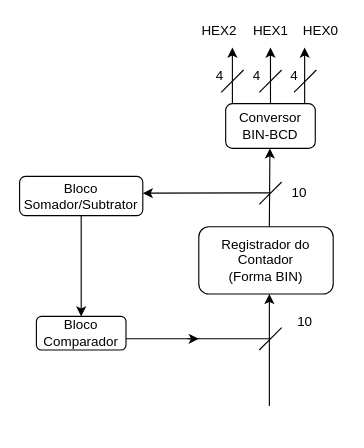
This is Diagrama sem nome.drawio from GiveMeAnAccountAlreadyDammit/Lista-de-Exerc-cios-Ponteiros-C-, a draw.io file, before an edit. Source tidied: cells renumbered, new cells numbered last; positions are measured from the earlier drawing's top-left corner, leaving out a move shared by most shapes. Both pictures are drawn from the tidied source at 112%, with x=0, y=0 at pixel (19, 19).
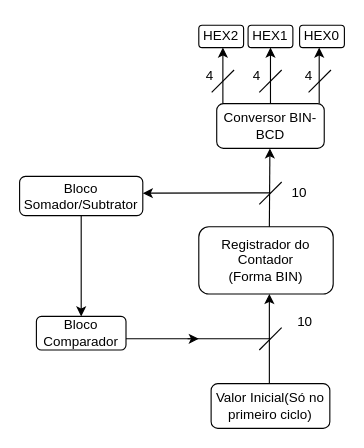
The same diagram, later.

Change to the diagram source:
```diff
@@
     <mxCell id="4" style="endArrow=classic;html=1;rounded=0;" parent="1" edge="1">
       <mxGeometry relative="1" as="geometry">
-        <mxPoint x="223" y="345" as="sourcePoint" />
+        <mxPoint x="223" y="325" as="sourcePoint" />
         <mxPoint x="223" y="245" as="targetPoint" />
       </mxGeometry>
     </mxCell>
@@
     <mxCell id="7" value="Conversor BIN-BCD" style="rounded=1;whiteSpace=wrap;html=1;" parent="1" vertex="1">
-      <mxGeometry x="184" y="75" width="80" height="40" as="geometry" />
+      <mxGeometry x="176" y="75" width="96" height="40" as="geometry" />
     </mxCell>
@@
     <mxCell id="9" style="endArrow=classic;html=1;rounded=0;" parent="1" edge="1">
       <mxGeometry relative="1" as="geometry">
-        <mxPoint x="254.5" y="75" as="sourcePoint" />
-        <mxPoint x="254.5" y="25" as="targetPoint" />
+        <mxPoint x="267.5" y="75" as="sourcePoint" />
+        <mxPoint x="267.5" y="25" as="targetPoint" />
       </mxGeometry>
     </mxCell>
     <mxCell id="10" style="endArrow=classic;html=1;rounded=0;" parent="1" edge="1">
       <mxGeometry relative="1" as="geometry">
-        <mxPoint x="190" y="75" as="sourcePoint" />
-        <mxPoint x="190" y="25" as="targetPoint" />
+        <mxPoint x="181.5" y="75" as="sourcePoint" />
+        <mxPoint x="181.5" y="25" as="targetPoint" />
       </mxGeometry>
     </mxCell>
-    <mxCell id="11" value="HEX2" style="text;html=1;align=center;verticalAlign=middle;whiteSpace=wrap;rounded=0;" parent="1" vertex="1">
-      <mxGeometry x="158" width="41" height="20" as="geometry" />
-    </mxCell>
-    <mxCell id="12" value="&lt;div&gt;HEX1&lt;/div&gt;" style="text;html=1;align=center;verticalAlign=middle;whiteSpace=wrap;rounded=0;" parent="1" vertex="1">
-      <mxGeometry x="203.5" width="41" height="20" as="geometry" />
-    </mxCell>
-    <mxCell id="13" value="&lt;div&gt;HEX0&lt;/div&gt;" style="text;html=1;align=center;verticalAlign=middle;whiteSpace=wrap;rounded=0;" parent="1" vertex="1">
-      <mxGeometry x="249" width="40" height="20" as="geometry" />
-    </mxCell>
     <mxCell id="14" style="endArrow=none;html=1;rounded=0;" parent="1" edge="1">
       <mxGeometry relative="1" as="geometry">
-        <mxPoint x="180" y="65" as="sourcePoint" />
-        <mxPoint x="200" y="45" as="targetPoint" />
+        <mxPoint x="171.5" y="65" as="sourcePoint" />
+        <mxPoint x="191.5" y="45" as="targetPoint" />
       </mxGeometry>
     </mxCell>
@@
     <mxCell id="16" style="endArrow=none;html=1;rounded=0;" parent="1" edge="1">
       <mxGeometry relative="1" as="geometry">
-        <mxPoint x="245" y="65" as="sourcePoint" />
-        <mxPoint x="265" y="45" as="targetPoint" />
+        <mxPoint x="258" y="65" as="sourcePoint" />
+        <mxPoint x="278" y="45" as="targetPoint" />
       </mxGeometry>
     </mxCell>
     <mxCell id="17" value="4" style="text;html=1;align=center;verticalAlign=middle;whiteSpace=wrap;rounded=0;" parent="1" vertex="1">
-      <mxGeometry x="168.5" y="45" width="20" height="10" as="geometry" />
+      <mxGeometry x="160" y="45" width="20" height="10" as="geometry" />
     </mxCell>
@@
     <mxCell id="19" value="4" style="text;html=1;align=center;verticalAlign=middle;whiteSpace=wrap;rounded=0;" parent="1" vertex="1">
-      <mxGeometry x="231" y="45" width="29" height="10" as="geometry" />
+      <mxGeometry x="244" y="45" width="29" height="10" as="geometry" />
     </mxCell>
@@
+    <mxCell id="11" value="HEX2" style="rounded=1;whiteSpace=wrap;html=1;" parent="1" vertex="1">
+      <mxGeometry x="160" y="5" width="40" height="20" as="geometry" />
+    </mxCell>
+    <mxCell id="12" value="HEX1" style="rounded=1;whiteSpace=wrap;html=1;" parent="1" vertex="1">
+      <mxGeometry x="204" y="5" width="40" height="20" as="geometry" />
+    </mxCell>
+    <mxCell id="13" value="&lt;div&gt;HEX0&lt;/div&gt;" style="rounded=1;whiteSpace=wrap;html=1;" parent="1" vertex="1">
+      <mxGeometry x="250" y="5" width="40" height="20" as="geometry" />
+    </mxCell>
+    <mxCell id="28" value="Valor Inicial(Só no primeiro ciclo)" style="rounded=1;whiteSpace=wrap;html=1;" parent="1" vertex="1">
+      <mxGeometry x="171" y="325" width="106" height="40" as="geometry" />
+    </mxCell>
```
